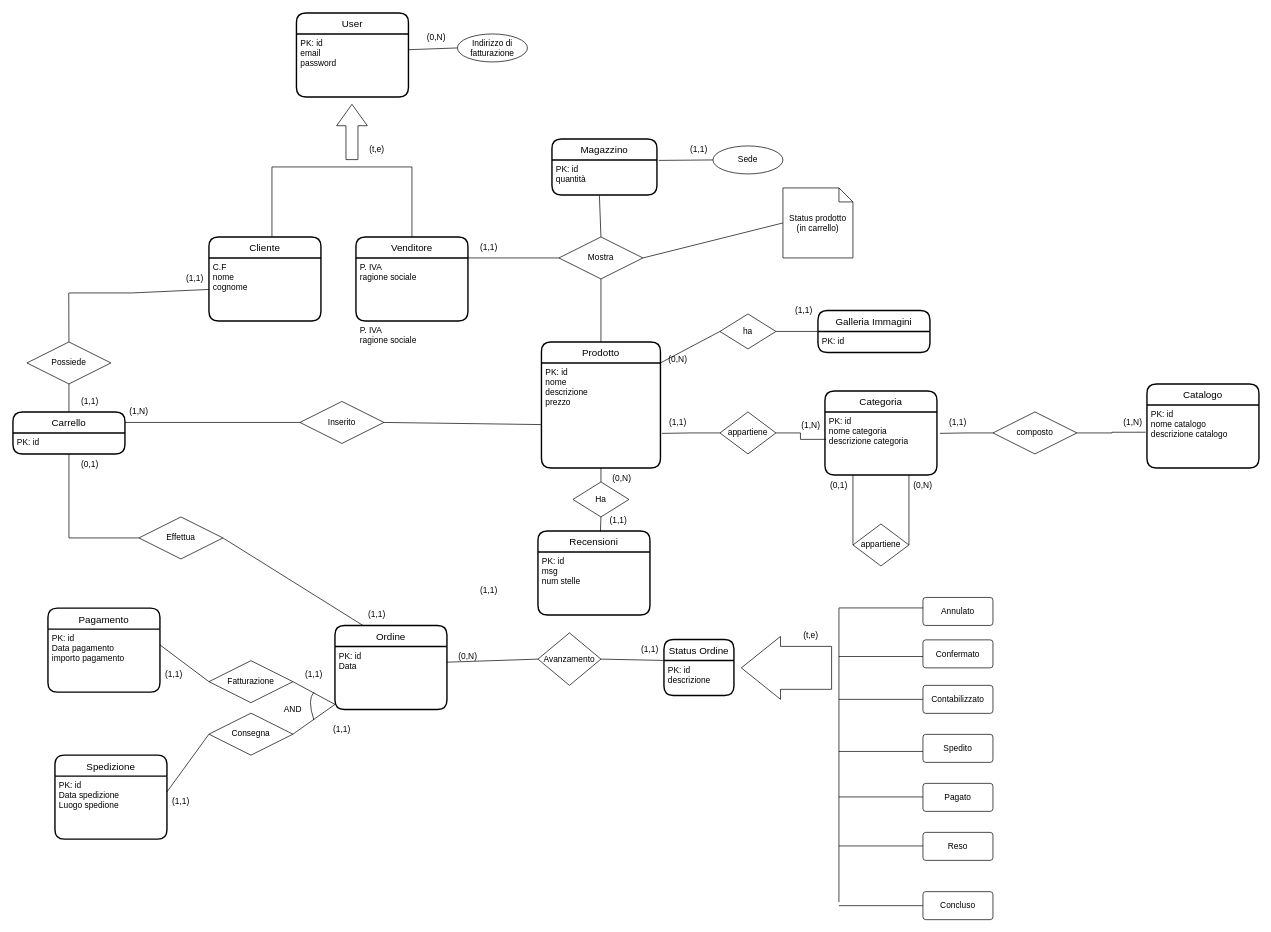
Above: doc/er_v1.drawio in EndriDomiUni/E-commerce (draw.io), before the change. Source tidied: cells renumbered, new cells numbered last; positions are measured from the earlier drawing's top-left corner, leaving out a move shared by most shapes. Both pictures are drawn from the tidied source at 70%, with x=0, y=0 at pixel (13, 13).
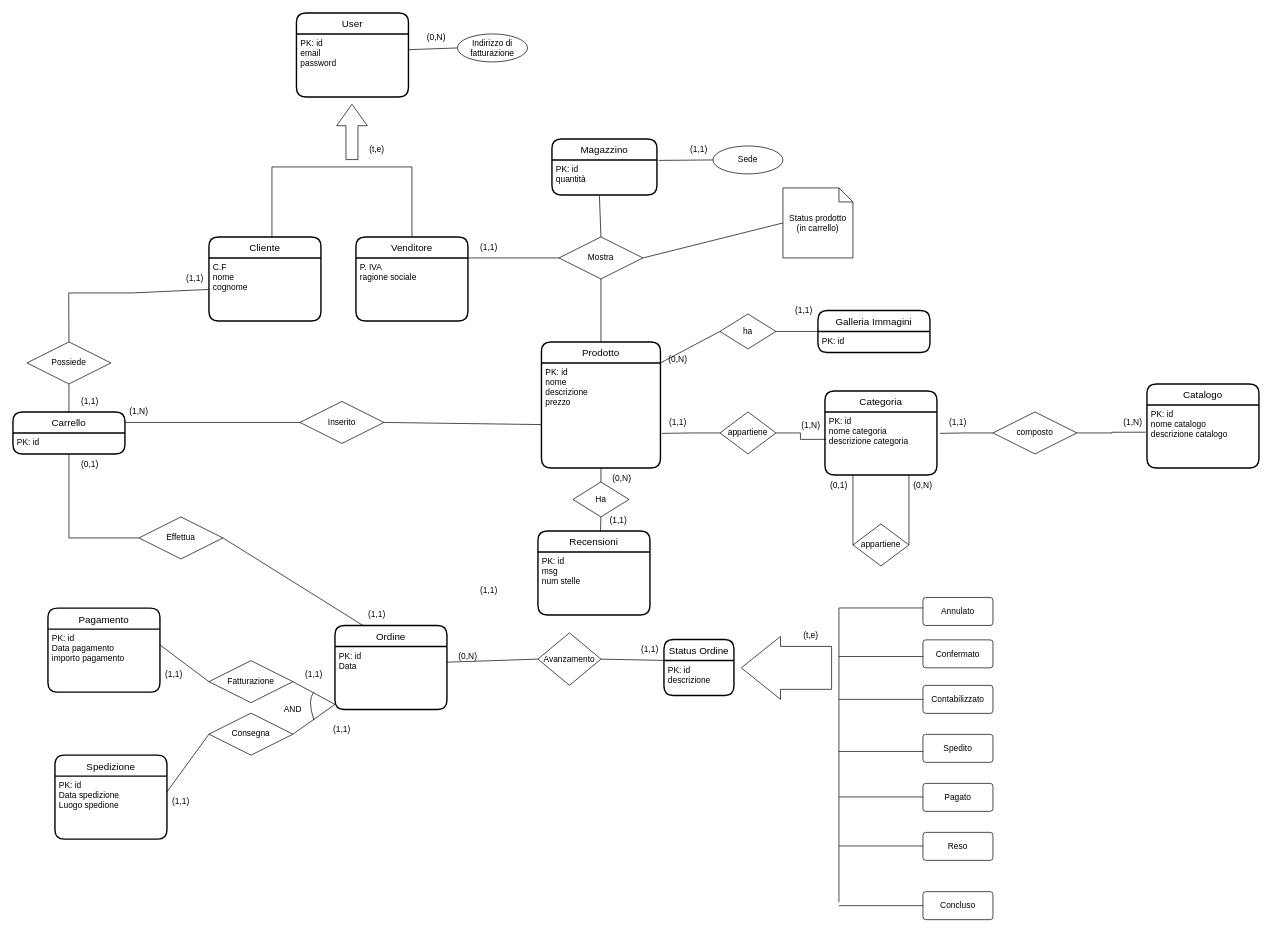
The same diagram, later.

Unchanged cells that the change refers to:
```xml
<mxCell id="32" value="Venditore" style="swimlane;horizontal=1;startSize=30;rounded=1;fontSize=14;fontStyle=0;strokeWidth=2;shadow=0;dashed=0;align=center;" parent="1" vertex="1">
  <mxGeometry x="490" y="320" width="160" height="120" as="geometry" />
</mxCell>
```

What changed in the source:
```diff
@@
-    <mxCell id="34" value="P. IVA&#10;ragione sociale" style="align=left;strokeColor=none;fillColor=none;spacingLeft=4;fontSize=12;verticalAlign=top;" parent="32" vertex="1">
-      <mxGeometry y="120" width="160" as="geometry" />
-    </mxCell>
```
